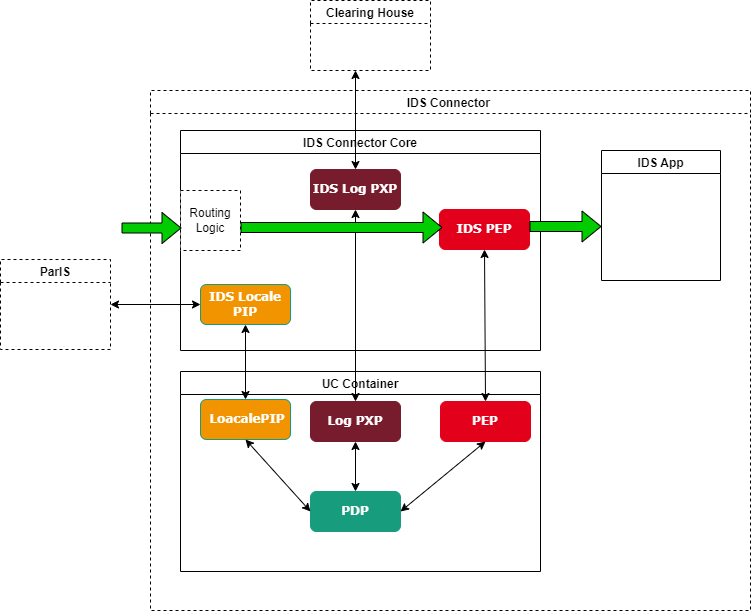
This is documentation/3_Layers_of_the_Reference_Architecture_Model/3_3_Process_Layer/media/uc-example-Components.drawio.png from International-Data-Spaces-Association/IDS-RAM_4_0, a draw.io export, as it was before one commit. Source tidied: cells renumbered, new cells last; positions are measured from the earlier drawing's top-left corner, leaving out a move shared by most shapes.
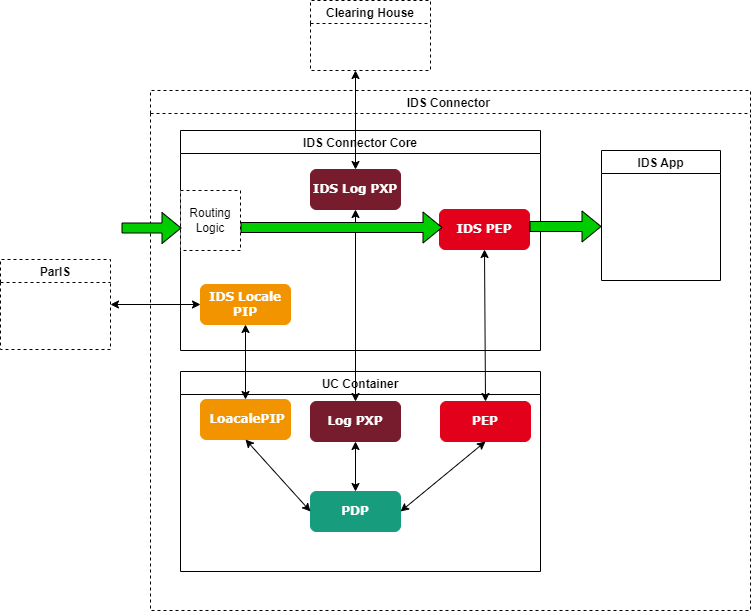
The same file after the commit.

The edit, as a diff of the source:
```diff
@@ -17,7 +17,7 @@
     <mxCell id="6" value="&lt;b style=&quot;color: rgb(255 , 255 , 255) ; font-family: &amp;#34;verdana&amp;#34;&quot;&gt;&lt;font style=&quot;font-size: 12px&quot;&gt;PDP&lt;/font&gt;&lt;/b&gt;" style="rounded=1;whiteSpace=wrap;html=1;fillColor=#179C7D;strokeColor=#179C7D;" parent="4" vertex="1">
       <mxGeometry x="130" y="120" width="90" height="40" as="geometry" />
     </mxCell>
-    <mxCell id="7" value="&lt;b style=&quot;color: rgb(255 , 255 , 255) ; font-family: &amp;#34;verdana&amp;#34;&quot;&gt;&lt;font style=&quot;font-size: 12px&quot;&gt;&amp;nbsp;LoacalePIP&lt;/font&gt;&lt;/b&gt;" style="rounded=1;whiteSpace=wrap;html=1;fillColor=#F29400;strokeColor=#179C7D;" parent="4" vertex="1">
+    <mxCell id="7" value="&lt;b style=&quot;color: rgb(255 , 255 , 255) ; font-family: &amp;#34;verdana&amp;#34;&quot;&gt;&lt;font style=&quot;font-size: 12px&quot;&gt;&amp;nbsp;LoacalePIP&lt;/font&gt;&lt;/b&gt;" style="rounded=1;whiteSpace=wrap;html=1;fillColor=#F29400;strokeColor=#F29400;" parent="4" vertex="1">
       <mxGeometry x="20" y="28" width="90" height="40" as="geometry" />
     </mxCell>
     <mxCell id="8" value="&lt;b style=&quot;color: rgb(255 , 255 , 255) ; font-family: &amp;#34;verdana&amp;#34;&quot;&gt;&lt;font style=&quot;font-size: 12px&quot;&gt;Log PXP&lt;/font&gt;&lt;/b&gt;" style="rounded=1;whiteSpace=wrap;html=1;fillColor=#771C2C;strokeColor=#771C2C;" parent="4" vertex="1">
@@ -50,7 +50,7 @@
     <mxCell id="17" value="&lt;font face=&quot;Verdana&quot; color=&quot;#ffffff&quot; size=&quot;1&quot;&gt;&lt;b style=&quot;font-size: 12px&quot;&gt;IDS PEP&lt;/b&gt;&lt;/font&gt;" style="rounded=1;whiteSpace=wrap;html=1;fillColor=#E2001A;strokeColor=#E2001A;" parent="15" vertex="1">
       <mxGeometry x="259" y="79" width="90" height="40" as="geometry" />
     </mxCell>
-    <mxCell id="18" value="&lt;b style=&quot;color: rgb(255 , 255 , 255) ; font-family: &amp;#34;verdana&amp;#34;&quot;&gt;&lt;font style=&quot;font-size: 12px&quot;&gt;IDS Locale PIP&lt;/font&gt;&lt;/b&gt;" style="rounded=1;whiteSpace=wrap;html=1;fillColor=#F29400;strokeColor=#179C7D;" parent="15" vertex="1">
+    <mxCell id="18" value="&lt;b style=&quot;color: rgb(255 , 255 , 255) ; font-family: &amp;#34;verdana&amp;#34;&quot;&gt;&lt;font style=&quot;font-size: 12px&quot;&gt;IDS Locale PIP&lt;/font&gt;&lt;/b&gt;" style="rounded=1;whiteSpace=wrap;html=1;fillColor=#F29400;strokeColor=#F29400;" parent="15" vertex="1">
       <mxGeometry x="20" y="154" width="90" height="40" as="geometry" />
     </mxCell>
     <mxCell id="19" style="shape=flexArrow;endArrow=classic;html=1;rounded=0;fillColor=#00CC00;exitX=1;exitY=0.5;exitDx=0;exitDy=0;" parent="15" edge="1">
```
